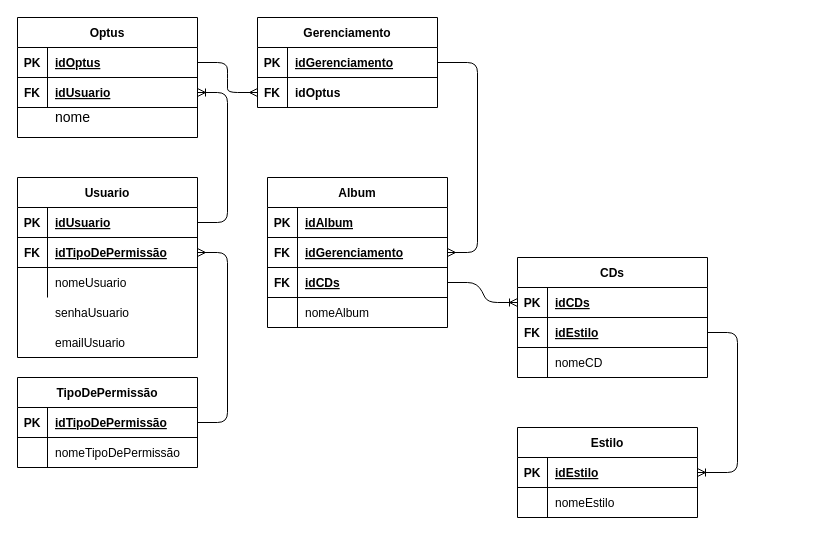
This is page "Page-2" (2 of 2) of exercicios/1.4-ecercicio-optus/1.4-exercicio-optus.drawio from Ma-t-h-e-us/2S_sprint1_BD, a draw.io file, before an edit. Source tidied: cells renumbered, new cells numbered last; positions are measured from the earlier drawing's top-left corner, leaving out a move shared by most shapes. Both pictures are drawn from the tidied source at 100%, with x=0, y=0 at pixel (17, 17).
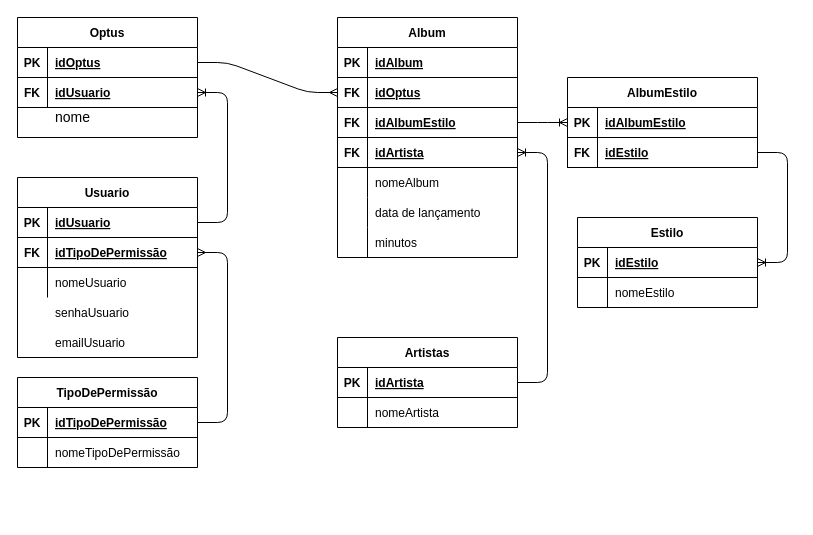
Above is the later version.

Unchanged cells that the change refers to:
```xml
<mxCell id="3" style="shape=partialRectangle;fillColor=none;top=0;left=0;bottom=1;right=0;points=[[0,0.5],[1,0.5]];portConstraint=eastwest;" parent="2" vertex="1">
  <mxGeometry y="30" width="180" height="30" as="geometry" />
</mxCell>
<mxCell id="47" style="shape=partialRectangle;fillColor=none;top=0;left=0;bottom=1;right=0;points=[[0,0.5],[1,0.5]];portConstraint=eastwest;" parent="43" vertex="1">
  <mxGeometry y="60" width="180" height="30" as="geometry" />
</mxCell>
<mxCell id="50" style="shape=partialRectangle;fillColor=none;top=0;left=0;bottom=1;right=0;points=[[0,0.5],[1,0.5]];portConstraint=eastwest;" parent="43" vertex="1">
  <mxGeometry y="90" width="180" height="30" as="geometry" />
</mxCell>
<mxCell id="58" style="shape=partialRectangle;fillColor=none;top=0;left=0;bottom=1;right=0;points=[[0,0.5],[1,0.5]];portConstraint=eastwest;" parent="57" vertex="1">
  <mxGeometry y="30" width="190" height="30" as="geometry" />
</mxCell>
```

The edit, as a diff of the source:
```diff
@@
-    <mxCell id="32" value="Gerenciamento" style="shape=table;startSize=30;childLayout=tableLayout;rowLines=0;fontStyle=1;align=center;" parent="1" vertex="1">
-      <mxGeometry x="240" width="180" height="90" as="geometry" />
-    </mxCell>
-    <mxCell id="33" style="shape=partialRectangle;fillColor=none;top=0;left=0;bottom=1;right=0;points=[[0,0.5],[1,0.5]];portConstraint=eastwest;" parent="32" vertex="1">
-      <mxGeometry y="30" width="180" height="30" as="geometry" />
-    </mxCell>
-    <mxCell id="34" value="PK" style="shape=partialRectangle;fillColor=none;top=0;left=0;bottom=0;right=0;fontStyle=1;overflow=hidden;" parent="33" vertex="1">
-      <mxGeometry width="30" height="30" as="geometry" />
-    </mxCell>
-    <mxCell id="35" value="idGerenciamento" style="shape=partialRectangle;fillColor=none;top=0;left=0;bottom=0;right=0;align=left;spacingLeft=6;fontStyle=5;overflow=hidden;" parent="33" vertex="1">
-      <mxGeometry x="30" width="150" height="30" as="geometry" />
-    </mxCell>
-    <mxCell id="36" style="shape=partialRectangle;fillColor=none;top=0;left=0;bottom=0;right=0;points=[[0,0.5],[1,0.5]];portConstraint=eastwest;" parent="32" vertex="1">
-      <mxGeometry y="60" width="180" height="30" as="geometry" />
-    </mxCell>
-    <mxCell id="37" value="FK" style="shape=partialRectangle;fillColor=none;top=0;left=0;bottom=0;right=0;overflow=hidden;fontStyle=1;" parent="36" vertex="1">
-      <mxGeometry width="30" height="30" as="geometry" />
-    </mxCell>
-    <mxCell id="38" value="idOptus" style="shape=partialRectangle;fillColor=none;top=0;left=0;bottom=0;right=0;align=left;spacingLeft=6;overflow=hidden;fontStyle=1;" parent="36" vertex="1">
-      <mxGeometry x="30" width="150" height="30" as="geometry" />
-    </mxCell>
@@
     <mxCell id="43" value="Album" style="shape=table;startSize=30;childLayout=tableLayout;rowLines=0;fontStyle=1;align=center;" parent="1" vertex="1">
-      <mxGeometry x="250" y="160" width="180" height="150" as="geometry" />
+      <mxGeometry x="320" width="180" height="240" as="geometry" />
     </mxCell>
@@
-    <mxCell id="49" value="idGerenciamento" style="shape=partialRectangle;fillColor=none;top=0;left=0;bottom=0;right=0;align=left;spacingLeft=6;fontStyle=5;overflow=hidden;" parent="47" vertex="1">
+    <mxCell id="49" value="idOptus" style="shape=partialRectangle;fillColor=none;top=0;left=0;bottom=0;right=0;align=left;spacingLeft=6;fontStyle=5;overflow=hidden;" parent="47" vertex="1">
       <mxGeometry x="30" width="150" height="30" as="geometry" />
     </mxCell>
@@
-    <mxCell id="52" value="idCDs" style="shape=partialRectangle;fillColor=none;top=0;left=0;bottom=0;right=0;align=left;spacingLeft=6;fontStyle=5;overflow=hidden;" parent="50" vertex="1">
+    <mxCell id="52" value="idAlbumEstilo" style="shape=partialRectangle;fillColor=none;top=0;left=0;bottom=0;right=0;align=left;spacingLeft=6;fontStyle=5;overflow=hidden;" parent="50" vertex="1">
       <mxGeometry x="30" width="150" height="30" as="geometry" />
     </mxCell>
+    <mxCell id="79" style="shape=partialRectangle;fillColor=none;top=0;left=0;bottom=1;right=0;points=[[0,0.5],[1,0.5]];portConstraint=eastwest;" parent="43" vertex="1">
+      <mxGeometry y="120" width="180" height="30" as="geometry" />
+    </mxCell>
+    <mxCell id="37" value="FK" style="shape=partialRectangle;fillColor=none;top=0;left=0;bottom=0;right=0;fontStyle=1;overflow=hidden;" parent="79" vertex="1">
+      <mxGeometry width="30" height="30" as="geometry" />
+    </mxCell>
+    <mxCell id="80" value="idArtista" style="shape=partialRectangle;fillColor=none;top=0;left=0;bottom=0;right=0;align=left;spacingLeft=6;fontStyle=5;overflow=hidden;" parent="79" vertex="1">
+      <mxGeometry x="30" width="150" height="30" as="geometry" />
+    </mxCell>
     <mxCell id="53" style="shape=partialRectangle;fillColor=none;top=0;left=0;bottom=0;right=0;" parent="43" vertex="1">
-      <mxGeometry y="120" width="180" height="30" as="geometry" />
+      <mxGeometry y="150" width="180" height="30" as="geometry" />
     </mxCell>
@@
-    <mxCell id="56" style="edgeStyle=entityRelationEdgeStyle;fontSize=12;html=1;endArrow=ERmany;fontColor=#000000;" parent="1" edge="1" source="33" target="47">
-      <mxGeometry relative="1" as="geometry" />
-    </mxCell>
+    <mxCell id="81" style="shape=partialRectangle;fillColor=none;top=0;left=0;bottom=0;right=0;" parent="43" vertex="1">
+      <mxGeometry y="180" width="180" height="30" as="geometry" />
+    </mxCell>
+    <mxCell id="82" style="shape=partialRectangle;fillColor=none;top=0;left=0;bottom=0;right=0;overflow=hidden;" parent="81" vertex="1">
+      <mxGeometry width="30" height="30" as="geometry" />
+    </mxCell>
+    <mxCell id="83" value="data de lançamento" style="shape=partialRectangle;fillColor=none;top=0;left=0;bottom=0;right=0;align=left;spacingLeft=6;overflow=hidden;" parent="81" vertex="1">
+      <mxGeometry x="30" width="150" height="30" as="geometry" />
+    </mxCell>
+    <mxCell id="84" style="shape=partialRectangle;fillColor=none;top=0;left=0;bottom=0;right=0;" parent="43" vertex="1">
+      <mxGeometry y="210" width="180" height="30" as="geometry" />
+    </mxCell>
+    <mxCell id="85" style="shape=partialRectangle;fillColor=none;top=0;left=0;bottom=0;right=0;overflow=hidden;" parent="84" vertex="1">
+      <mxGeometry width="30" height="30" as="geometry" />
+    </mxCell>
+    <mxCell id="86" value="minutos" style="shape=partialRectangle;fillColor=none;top=0;left=0;bottom=0;right=0;align=left;spacingLeft=6;overflow=hidden;" parent="84" vertex="1">
+      <mxGeometry x="30" width="150" height="30" as="geometry" />
+    </mxCell>
-    <mxCell id="57" value="CDs" style="shape=table;startSize=30;childLayout=tableLayout;rowLines=0;fontStyle=1;align=center;" parent="1" vertex="1">
-      <mxGeometry x="500" y="240" width="190" height="120" as="geometry" />
+    <mxCell id="57" value="AlbumEstilo" style="shape=table;startSize=30;childLayout=tableLayout;rowLines=0;fontStyle=1;align=center;" parent="1" vertex="1">
+      <mxGeometry x="550" y="60" width="190" height="90" as="geometry" />
     </mxCell>
@@
-    <mxCell id="60" value="idCDs" style="shape=partialRectangle;fillColor=none;top=0;left=0;bottom=0;right=0;align=left;spacingLeft=6;fontStyle=5;overflow=hidden;" parent="58" vertex="1">
+    <mxCell id="60" value="idAlbumEstilo" style="shape=partialRectangle;fillColor=none;top=0;left=0;bottom=0;right=0;align=left;spacingLeft=6;fontStyle=5;overflow=hidden;" parent="58" vertex="1">
       <mxGeometry x="30" width="160" height="30" as="geometry" />
     </mxCell>
@@
-    <mxCell id="64" style="shape=partialRectangle;fillColor=none;top=0;left=0;bottom=0;right=0;" parent="57" vertex="1">
-      <mxGeometry y="90" width="190" height="30" as="geometry" />
-    </mxCell>
-    <mxCell id="65" style="shape=partialRectangle;fillColor=none;top=0;left=0;bottom=0;right=0;overflow=hidden;" parent="64" vertex="1">
-      <mxGeometry width="30" height="30" as="geometry" />
-    </mxCell>
-    <mxCell id="66" value="nomeCD" style="shape=partialRectangle;fillColor=none;top=0;left=0;bottom=0;right=0;align=left;spacingLeft=6;overflow=hidden;" parent="64" vertex="1">
-      <mxGeometry x="30" width="160" height="30" as="geometry" />
-    </mxCell>
     <mxCell id="67" value="Estilo" style="shape=table;startSize=30;childLayout=tableLayout;rowLines=0;fontStyle=1;align=center;" parent="1" vertex="1">
-      <mxGeometry x="500" y="410" width="180" height="90" as="geometry" />
+      <mxGeometry x="560" y="200" width="180" height="90" as="geometry" />
     </mxCell>
@@
-    <mxCell id="74" style="edgeStyle=entityRelationEdgeStyle;fontSize=12;html=1;endArrow=ERmany;fontColor=#000000;" parent="1" edge="1" source="3" target="36">
+    <mxCell id="74" style="edgeStyle=entityRelationEdgeStyle;fontSize=12;html=1;endArrow=ERmany;fontColor=#000000;" parent="1" edge="1" source="3" target="47">
       <mxGeometry relative="1" as="geometry" />
     </mxCell>
@@
+    <mxCell id="87" value="Artistas" style="shape=table;startSize=30;childLayout=tableLayout;rowLines=0;fontStyle=1;align=center;" parent="1" vertex="1">
+      <mxGeometry x="320" y="320" width="180" height="90" as="geometry" />
+    </mxCell>
+    <mxCell id="33" style="shape=partialRectangle;fillColor=none;top=0;left=0;bottom=1;right=0;points=[[0,0.5],[1,0.5]];portConstraint=eastwest;" parent="87" vertex="1">
+      <mxGeometry y="30" width="180" height="30" as="geometry" />
+    </mxCell>
+    <mxCell id="34" value="PK" style="shape=partialRectangle;fillColor=none;top=0;left=0;bottom=0;right=0;fontStyle=1;overflow=hidden;" parent="33" vertex="1">
+      <mxGeometry width="30" height="30" as="geometry" />
+    </mxCell>
+    <mxCell id="88" value="idArtista" style="shape=partialRectangle;fillColor=none;top=0;left=0;bottom=0;right=0;align=left;spacingLeft=6;fontStyle=5;overflow=hidden;" parent="33" vertex="1">
+      <mxGeometry x="30" width="150" height="30" as="geometry" />
+    </mxCell>
+    <mxCell id="36" style="shape=partialRectangle;fillColor=none;top=0;left=0;bottom=0;right=0;points=[[0,0.5],[1,0.5]];portConstraint=eastwest;" parent="87" vertex="1">
+      <mxGeometry y="60" width="180" height="30" as="geometry" />
+    </mxCell>
+    <mxCell id="89" style="shape=partialRectangle;fillColor=none;top=0;left=0;bottom=0;right=0;overflow=hidden;" parent="36" vertex="1">
+      <mxGeometry width="30" height="30" as="geometry" />
+    </mxCell>
+    <mxCell id="90" value="nomeArtista" style="shape=partialRectangle;fillColor=none;top=0;left=0;bottom=0;right=0;align=left;spacingLeft=6;overflow=hidden;" parent="36" vertex="1">
+      <mxGeometry x="30" width="150" height="30" as="geometry" />
+    </mxCell>
+    <mxCell id="91" style="edgeStyle=entityRelationEdgeStyle;fontSize=12;html=1;endArrow=ERoneToMany;" parent="1" edge="1" source="33" target="79">
+      <mxGeometry relative="1" as="geometry" />
+    </mxCell>
```
